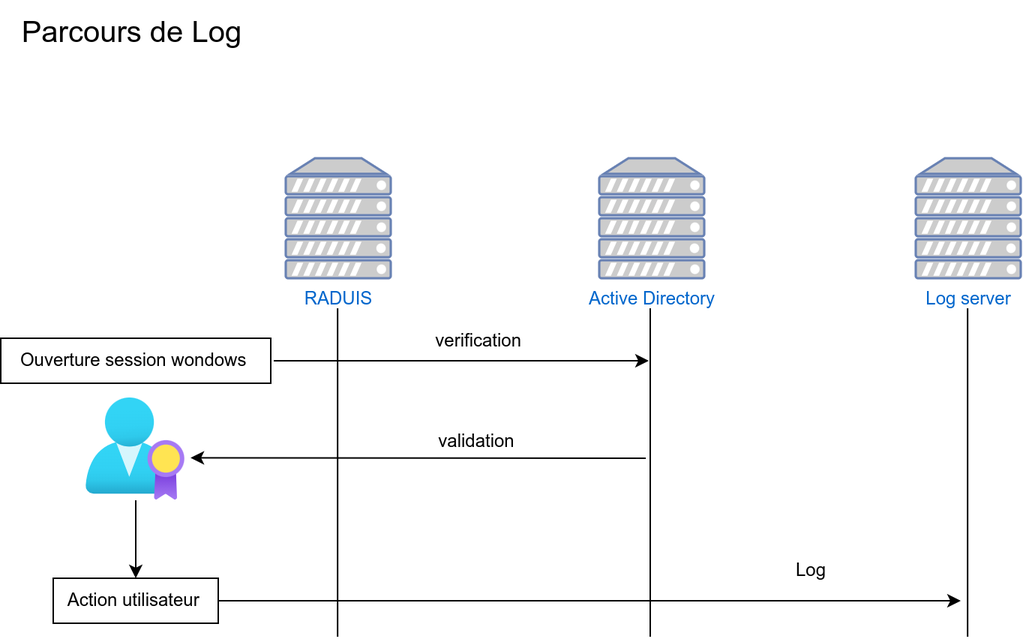
The draw.io diagram schema/log.drawio.png in CrazyKarpet/we-fist, before a commit. Source tidied: cells renumbered, new cells last; positions are measured from the earlier drawing's top-left corner, leaving out a move shared by most shapes.
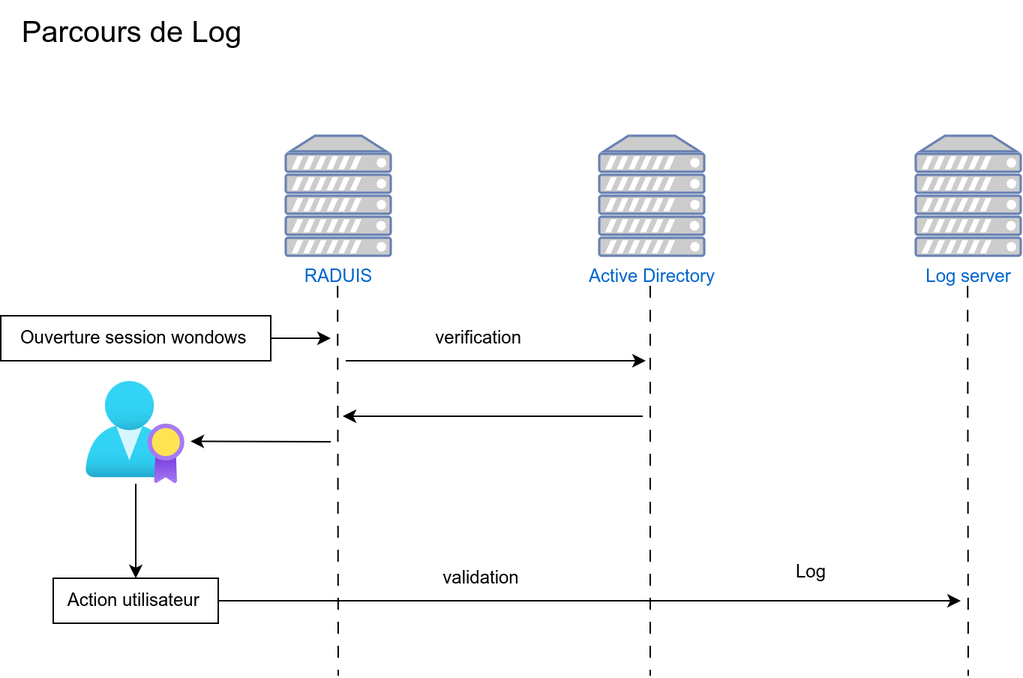
The same diagram one commit later.

The edit, as a diff of the source:
```diff
@@ -3,7 +3,7 @@
     <mxCell id="0" />
     <mxCell id="1" parent="0" />
     <mxCell id="2" value="&lt;font style=&quot;font-size: 20px;&quot;&gt;Parcours de Log&amp;nbsp;&lt;/font&gt;" style="text;html=1;align=center;verticalAlign=middle;strokeColor=none;fillColor=none;" parent="1" vertex="1">
-      <mxGeometry width="180" height="40" as="geometry" />
+      <mxGeometry y="15" width="180" height="40" as="geometry" />
     </mxCell>
     <mxCell id="3" value="RADUIS" style="fontColor=#0066CC;verticalAlign=top;verticalLabelPosition=bottom;labelPosition=center;align=center;html=1;fillColor=#CCCCCC;strokeColor=#6881B3;gradientColor=none;gradientDirection=north;strokeWidth=2;shape=mxgraph.networks.server;" parent="1" vertex="1">
       <mxGeometry x="190" y="105" width="70" height="80" as="geometry" />
@@ -14,60 +14,71 @@
     <mxCell id="5" value="Log server" style="fontColor=#0066CC;verticalAlign=top;verticalLabelPosition=bottom;labelPosition=center;align=center;html=1;fillColor=#CCCCCC;strokeColor=#6881B3;gradientColor=none;gradientDirection=north;strokeWidth=2;shape=mxgraph.networks.server;" parent="1" vertex="1">
       <mxGeometry x="610" y="105" width="70" height="80" as="geometry" />
     </mxCell>
-    <mxCell id="6" style="endArrow=none;html=1;rounded=0;" parent="1" edge="1">
+    <mxCell id="6" style="endArrow=none;html=1;rounded=0;dashed=1;dashPattern=8 8;" parent="1" edge="1">
       <mxGeometry relative="1" as="geometry">
         <mxPoint x="224.6" y="205" as="sourcePoint" />
-        <mxPoint x="224.6" y="424" as="targetPoint" />
+        <mxPoint x="225" y="465" as="targetPoint" />
       </mxGeometry>
     </mxCell>
-    <mxCell id="7" style="endArrow=none;html=1;rounded=0;" parent="1" edge="1">
+    <mxCell id="7" style="endArrow=none;html=1;rounded=0;dashed=1;dashPattern=8 8;" parent="1" edge="1">
       <mxGeometry relative="1" as="geometry">
         <mxPoint x="433" y="205" as="sourcePoint" />
-        <mxPoint x="433" y="424" as="targetPoint" />
+        <mxPoint x="433" y="465" as="targetPoint" />
       </mxGeometry>
     </mxCell>
-    <mxCell id="8" style="endArrow=none;html=1;rounded=0;" parent="1" edge="1">
+    <mxCell id="8" style="endArrow=none;html=1;rounded=0;dashed=1;dashPattern=8 8;" parent="1" edge="1">
       <mxGeometry relative="1" as="geometry">
         <mxPoint x="644.6" y="205" as="sourcePoint" />
-        <mxPoint x="644.6" y="424" as="targetPoint" />
+        <mxPoint x="645" y="465" as="targetPoint" />
       </mxGeometry>
     </mxCell>
-    <mxCell id="9" style="edgeStyle=orthogonalEdgeStyle;rounded=0;orthogonalLoop=1;jettySize=auto;html=1;" parent="1" edge="1">
-      <mxGeometry relative="1" as="geometry">
-        <mxPoint x="182" y="240" as="sourcePoint" />
-        <mxPoint x="432" y="240" as="targetPoint" />
-      </mxGeometry>
-    </mxCell>
     <mxCell id="10" value="Ouverture session wondows&amp;nbsp;" style="text;html=1;align=center;verticalAlign=middle;points=[];strokeColor=default;fillColor=none;" parent="1" vertex="1">
       <mxGeometry y="225" width="180" height="30" as="geometry" />
     </mxCell>
     <mxCell id="11" value="verification&amp;nbsp;" style="text;html=1;align=center;verticalAlign=middle;strokeColor=none;fillColor=none;" parent="1" vertex="1">
-      <mxGeometry x="280" y="212" width="80" height="30" as="geometry" />
+      <mxGeometry x="280" y="225" width="80" height="30" as="geometry" />
     </mxCell>
     <mxCell id="12" value="validation" style="text;html=1;align=center;verticalAlign=middle;strokeColor=none;fillColor=none;" parent="1" vertex="1">
-      <mxGeometry x="282" y="279" width="70" height="30" as="geometry" />
+      <mxGeometry x="285" y="385" width="70" height="30" as="geometry" />
     </mxCell>
     <mxCell id="13" style="edgeStyle=orthogonalEdgeStyle;rounded=0;jettySize=auto;html=1;" parent="1" edge="1" source="14" target="17">
       <mxGeometry relative="1" as="geometry" />
     </mxCell>
     <mxCell id="14" style="image;html=1;points=[];align=center;fontSize=12;image=img/lib/azure2/identity/AAD_Licenses.svg;" parent="1" vertex="1">
-      <mxGeometry x="57" y="265" width="66" height="68" as="geometry" />
+      <mxGeometry x="57" y="269" width="66" height="68" as="geometry" />
     </mxCell>
     <mxCell id="15" style="endArrow=classic;html=1;rounded=0;entryX=1.054;entryY=0.584;entryDx=0;entryDy=0;entryPerimeter=0;" parent="1" edge="1" target="14">
       <mxGeometry relative="1" as="geometry">
-        <mxPoint x="430" y="305" as="sourcePoint" />
+        <mxPoint x="220" y="309" as="sourcePoint" />
       </mxGeometry>
     </mxCell>
     <mxCell id="16" style="edgeStyle=orthogonalEdgeStyle;rounded=0;jettySize=auto;html=1;" parent="1" edge="1" source="17">
       <mxGeometry relative="1" as="geometry">
-        <mxPoint x="640" y="400" as="targetPoint" />
+        <mxPoint x="640" y="415" as="targetPoint" />
       </mxGeometry>
     </mxCell>
     <mxCell id="17" value="Action utilisateur&amp;nbsp;" style="text;html=1;align=center;verticalAlign=middle;points=[];strokeColor=default;fillColor=none;" parent="1" vertex="1">
-      <mxGeometry x="35" y="385" width="110" height="30" as="geometry" />
+      <mxGeometry x="35" y="400" width="110" height="30" as="geometry" />
     </mxCell>
     <mxCell id="18" value="Log" style="text;html=1;align=center;verticalAlign=middle;strokeColor=none;fillColor=none;" parent="1" vertex="1">
-      <mxGeometry x="520" y="365" width="40" height="30" as="geometry" />
+      <mxGeometry x="520" y="381" width="40" height="30" as="geometry" />
     </mxCell>
+    <mxCell id="19" style="endArrow=classic;html=1;rounded=0;" parent="1" edge="1" source="10">
+      <mxGeometry relative="1" as="geometry">
+        <mxPoint x="220" y="240" as="targetPoint" />
+      </mxGeometry>
+    </mxCell>
+    <mxCell id="20" style="endArrow=classic;html=1;rounded=0;" parent="1" edge="1">
+      <mxGeometry relative="1" as="geometry">
+        <mxPoint x="230" y="255" as="sourcePoint" />
+        <mxPoint x="430" y="255" as="targetPoint" />
+      </mxGeometry>
+    </mxCell>
+    <mxCell id="21" style="endArrow=classic;html=1;rounded=0;" parent="1" edge="1">
+      <mxGeometry relative="1" as="geometry">
+        <mxPoint x="428" y="292" as="sourcePoint" />
+        <mxPoint x="228" y="292" as="targetPoint" />
+      </mxGeometry>
+    </mxCell>
   </root>
 </mxGraphModel>
```
